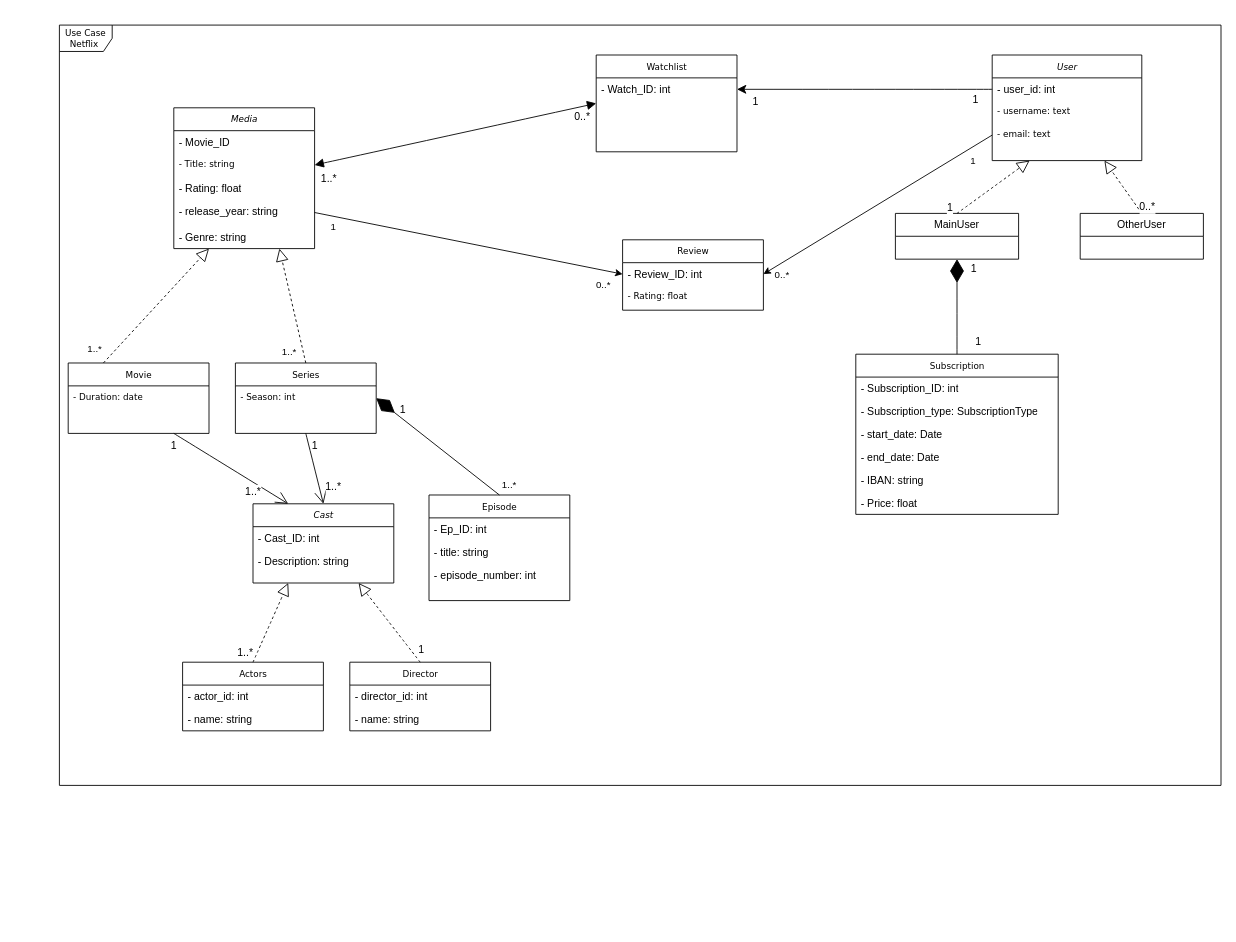
KevinGarrison/DataEngineeringProjects keeps this draw.io diagram as draw_io/uml_data_eng_project_1.drawio. Above is the earlier version. Source tidied: cells renumbered, new cells numbered last; positions are measured from the earlier drawing's top-left corner, leaving out a move shared by most shapes. Both pictures are drawn from the tidied source at 88%, with x=0, y=0 at pixel (59, 25).
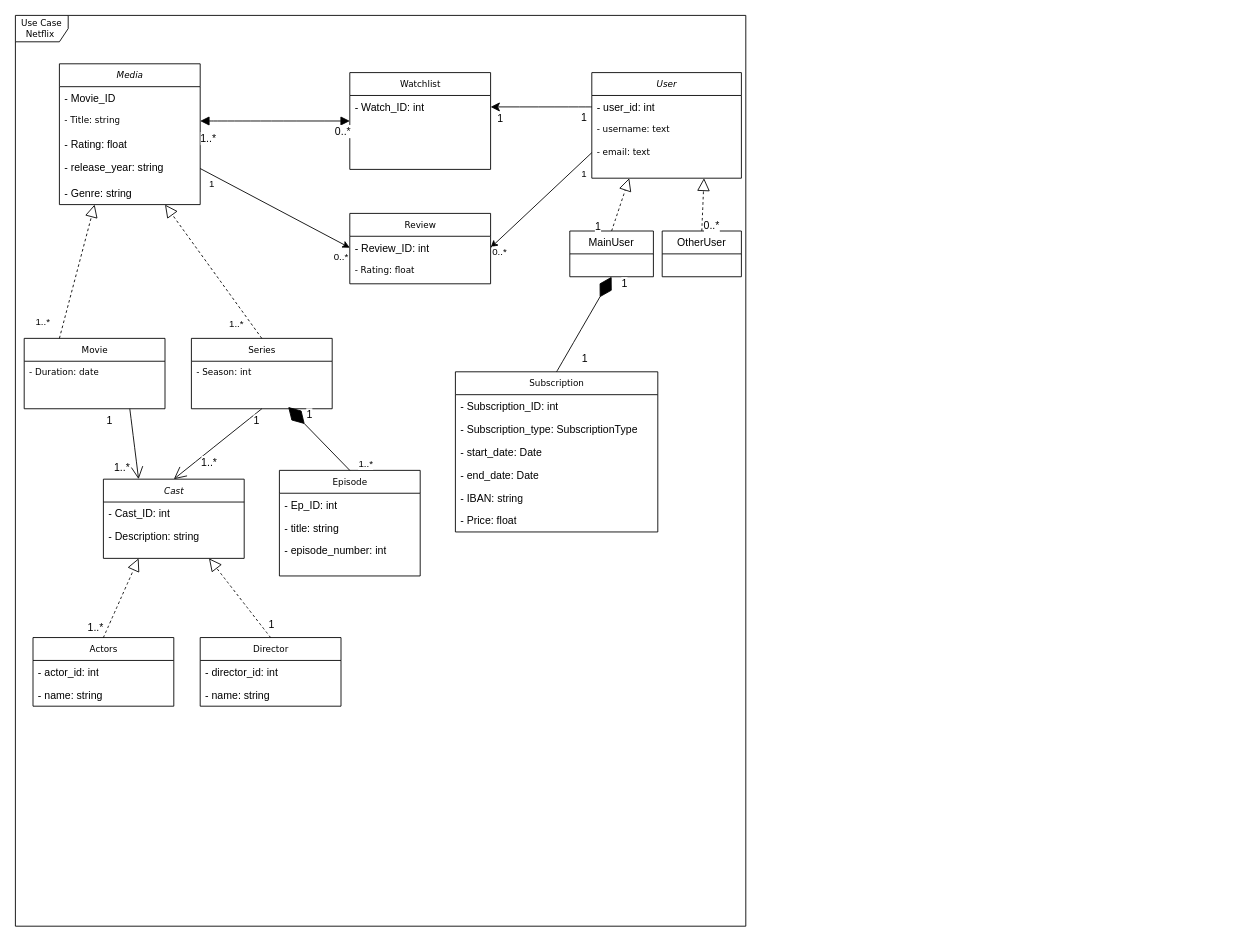
The same page after the edit.

What changed in the source:
```diff
@@
     <mxCell id="2" value="Use Case Netflix&amp;nbsp;" style="shape=umlFrame;whiteSpace=wrap;html=1;rounded=0;shadow=0;comic=0;labelBackgroundColor=none;strokeWidth=1;fontFamily=Verdana;fontSize=10;align=center;" parent="1" vertex="1">
-      <mxGeometry width="1320" height="864" as="geometry" />
+      <mxGeometry x="-50" y="-11" width="830" height="1035" as="geometry" />
     </mxCell>
     <mxCell id="3" value="Movie" style="swimlane;html=1;fontStyle=0;horizontal=1;startSize=26;fillColor=none;swimlaneFillColor=#ffffff;rounded=0;shadow=0;comic=0;labelBackgroundColor=none;strokeWidth=1;fontFamily=Verdana;fontSize=10;align=center;" parent="1" vertex="1">
-      <mxGeometry x="10" y="384" width="160" height="80" as="geometry" />
+      <mxGeometry x="-40" y="356" width="160" height="80" as="geometry" />
     </mxCell>
@@
     <mxCell id="5" value="Episode" style="swimlane;html=1;fontStyle=0;horizontal=1;startSize=26;fillColor=none;swimlaneFillColor=#ffffff;rounded=0;shadow=0;comic=0;labelBackgroundColor=none;strokeWidth=1;fontFamily=Verdana;fontSize=10;align=center;" parent="1" vertex="1">
-      <mxGeometry x="420" y="534" width="160" height="120" as="geometry" />
+      <mxGeometry x="250" y="506" width="160" height="120" as="geometry" />
     </mxCell>
@@
     <mxCell id="9" value="Series" style="swimlane;html=1;fontStyle=0;horizontal=1;startSize=26;fillColor=none;swimlaneFillColor=#ffffff;rounded=0;shadow=0;comic=0;labelBackgroundColor=none;strokeWidth=1;fontFamily=Verdana;fontSize=10;align=center;strokeColor=default;verticalAlign=middle;fontColor=default;" parent="1" vertex="1">
-      <mxGeometry x="200" y="384" width="160" height="80" as="geometry" />
+      <mxGeometry x="150" y="356" width="160" height="80" as="geometry" />
     </mxCell>
@@
     <mxCell id="11" value="&lt;i&gt;Media&lt;/i&gt;" style="swimlane;html=1;fontStyle=0;horizontal=1;startSize=26;fillColor=none;swimlaneFillColor=#ffffff;rounded=0;shadow=0;comic=0;labelBackgroundColor=none;strokeWidth=1;fontFamily=Verdana;fontSize=10;align=center;strokeColor=default;verticalAlign=middle;fontColor=default;" parent="1" vertex="1">
-      <mxGeometry x="130" y="94" width="160" height="160" as="geometry" />
+      <mxGeometry y="44" width="160" height="160" as="geometry" />
     </mxCell>
@@
-    <mxCell id="21" style="endArrow=diamondThin;endFill=1;endSize=24;html=1;rounded=0;exitX=0.5;exitY=0;exitDx=0;exitDy=0;targetPerimeterSpacing=0;entryX=1;entryY=0.5;entryDx=0;entryDy=0;" parent="1" edge="1" source="5" target="9">
-      <mxGeometry relative="1" as="geometry" />
+    <mxCell id="21" style="endArrow=diamondThin;endFill=1;endSize=24;html=1;rounded=0;exitX=0.5;exitY=0;exitDx=0;exitDy=0;targetPerimeterSpacing=0;" parent="1" edge="1" source="5">
+      <mxGeometry relative="1" as="geometry">
+        <mxPoint x="260" y="434" as="targetPoint" />
+      </mxGeometry>
     </mxCell>
@@
     <mxCell id="24" value="Watchlist" style="swimlane;html=1;fontStyle=0;horizontal=1;startSize=26;fillColor=none;swimlaneFillColor=#ffffff;rounded=0;shadow=0;comic=0;labelBackgroundColor=none;strokeWidth=1;fontFamily=Verdana;fontSize=10;align=center;" parent="1" vertex="1">
-      <mxGeometry x="610" y="34" width="160" height="110" as="geometry" />
+      <mxGeometry x="330" y="54" width="160" height="110" as="geometry" />
     </mxCell>
@@
     <mxCell id="26" value="Director" style="swimlane;html=1;fontStyle=0;horizontal=1;startSize=26;fillColor=none;swimlaneFillColor=#ffffff;rounded=0;shadow=0;comic=0;labelBackgroundColor=none;strokeWidth=1;fontFamily=Verdana;fontSize=10;align=center;" parent="1" vertex="1">
-      <mxGeometry x="330" y="724" width="160" height="78" as="geometry" />
+      <mxGeometry x="160" y="696" width="160" height="78" as="geometry" />
     </mxCell>
@@
     <mxCell id="29" value="Actors" style="swimlane;html=1;fontStyle=0;horizontal=1;startSize=26;fillColor=none;swimlaneFillColor=#ffffff;rounded=0;shadow=0;comic=0;labelBackgroundColor=none;strokeWidth=1;fontFamily=Verdana;fontSize=10;align=center;" parent="1" vertex="1">
-      <mxGeometry x="140" y="724" width="160" height="78" as="geometry" />
+      <mxGeometry x="-30" y="696" width="160" height="78" as="geometry" />
     </mxCell>
@@
     <mxCell id="32" value="&lt;i&gt;Cast&lt;/i&gt;" style="swimlane;html=1;fontStyle=0;horizontal=1;startSize=26;fillColor=none;swimlaneFillColor=#ffffff;rounded=0;shadow=0;comic=0;labelBackgroundColor=none;strokeWidth=1;fontFamily=Verdana;fontSize=10;align=center;" parent="1" vertex="1">
-      <mxGeometry x="220" y="544" width="160" height="90" as="geometry" />
+      <mxGeometry x="50" y="516" width="160" height="90" as="geometry" />
     </mxCell>
@@
     <mxCell id="35" value="&lt;i&gt;User&lt;/i&gt;" style="swimlane;html=1;fontStyle=0;horizontal=1;startSize=26;fillColor=none;swimlaneFillColor=#ffffff;rounded=0;shadow=0;comic=0;labelBackgroundColor=none;strokeWidth=1;fontFamily=Verdana;fontSize=10;align=center;" parent="1" vertex="1">
-      <mxGeometry x="1060" y="34" width="170" height="120" as="geometry" />
+      <mxGeometry x="605" y="54" width="170" height="120" as="geometry" />
     </mxCell>
@@
     <mxCell id="39" value="Review" style="swimlane;html=1;fontStyle=0;horizontal=1;startSize=26;fillColor=none;swimlaneFillColor=#ffffff;rounded=0;shadow=0;comic=0;labelBackgroundColor=none;strokeWidth=1;fontFamily=Verdana;fontSize=10;align=center;" parent="1" vertex="1">
-      <mxGeometry x="640" y="244" width="160" height="80" as="geometry" />
+      <mxGeometry x="330" y="214" width="160" height="80" as="geometry" />
     </mxCell>
@@
     <mxCell id="42" value="MainUser" style="swimlane;fontStyle=0;horizontal=1;startSize=26;fillColor=none;whiteSpace=wrap;html=1;" parent="1" vertex="1">
-      <mxGeometry x="950" y="214" width="140" height="52" as="geometry" />
+      <mxGeometry x="580" y="234" width="95" height="52" as="geometry" />
     </mxCell>
     <mxCell id="43" value="OtherUser" style="swimlane;fontStyle=0;horizontal=1;startSize=26;fillColor=none;whiteSpace=wrap;html=1;" parent="1" vertex="1">
-      <mxGeometry x="1160" y="214" width="140" height="52" as="geometry" />
+      <mxGeometry x="685" y="234" width="90" height="52" as="geometry" />
     </mxCell>
@@
     <mxCell id="48" value="Subscription" style="swimlane;html=1;fontStyle=0;horizontal=1;startSize=26;fillColor=none;swimlaneFillColor=#ffffff;rounded=0;shadow=0;comic=0;labelBackgroundColor=none;strokeWidth=1;fontFamily=Verdana;fontSize=10;align=center;" parent="1" vertex="1">
-      <mxGeometry x="905" y="374" width="230" height="182" as="geometry" />
+      <mxGeometry x="450" y="394" width="230" height="182" as="geometry" />
     </mxCell>
@@
     <mxCell id="68" style="endArrow=open;endFill=1;endSize=12;html=1;rounded=0;fontSize=12;curved=1;entryX=0.25;entryY=0;entryDx=0;entryDy=0;" parent="1" edge="1" target="32">
       <mxGeometry relative="1" as="geometry">
-        <mxPoint x="130" y="464" as="sourcePoint" />
+        <mxPoint x="80" y="436" as="sourcePoint" />
       </mxGeometry>
     </mxCell>
```
